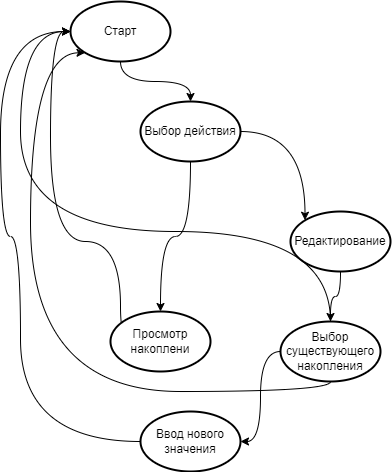
Earlier version of the draw.io export schem/state.png (mockingbird12/money_accumulate_bot). Source tidied: cells renumbered, new cells last; positions are measured from the earlier drawing's top-left corner, leaving out a move shared by most shapes.
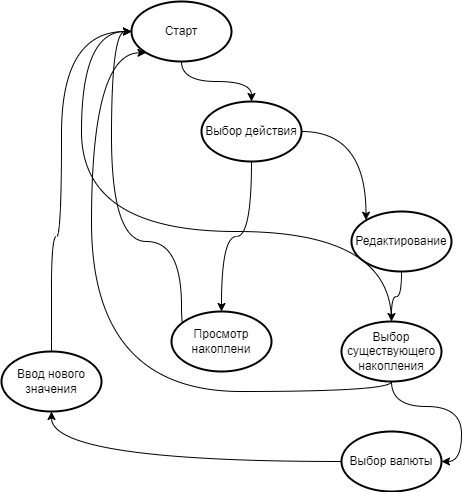
Above is the later version.

Commit message:
Добавил поля дата изменений в таблицу учета активов. Изменил отношения между currency и assert Изменил схему состояний.

The edit, as a diff of the source:
```diff
@@ -47,7 +47,7 @@
         </Array>
       </mxGeometry>
     </mxCell>
-    <mxCell id="11" style="edgeStyle=orthogonalEdgeStyle;rounded=0;jettySize=auto;html=1;entryX=1;entryY=0.5;entryDx=0;entryDy=0;entryPerimeter=0;curved=1;" parent="1" edge="1" source="12" target="16">
+    <mxCell id="11" style="edgeStyle=orthogonalEdgeStyle;rounded=0;jettySize=auto;html=1;entryX=1;entryY=0.5;entryDx=0;entryDy=0;entryPerimeter=0;curved=1;" parent="1" edge="1" source="12" target="18">
       <mxGeometry relative="1" as="geometry" />
     </mxCell>
     <mxCell id="12" value="Выбор существующего накопления" style="strokeWidth=2;html=1;shape=mxgraph.flowchart.start_1;whiteSpace=wrap;" parent="1" vertex="1">
@@ -59,18 +59,24 @@
     <mxCell id="14" value="Выбор действия" style="strokeWidth=2;html=1;shape=mxgraph.flowchart.start_1;whiteSpace=wrap;" parent="1" vertex="1">
       <mxGeometry x="140" y="100" width="100" height="60" as="geometry" />
     </mxCell>
-    <mxCell id="15" style="edgeStyle=orthogonalEdgeStyle;rounded=0;jettySize=auto;html=1;curved=1;" parent="1" edge="1" source="16" target="4">
+    <mxCell id="15" style="edgeStyle=orthogonalEdgeStyle;rounded=0;jettySize=auto;html=1;curved=1;exitX=0.5;exitY=0;exitDx=0;exitDy=0;exitPerimeter=0;" parent="1" edge="1" source="16" target="4">
       <mxGeometry relative="1" as="geometry">
         <Array as="points">
-          <mxPoint x="20" y="440" />
-          <mxPoint x="20" y="235" />
+          <mxPoint x="-10" y="340" />
+          <mxPoint x="-10" y="235" />
           <mxPoint y="235" />
           <mxPoint y="30" />
         </Array>
       </mxGeometry>
     </mxCell>
     <mxCell id="16" value="Ввод нового значения" style="strokeWidth=2;html=1;shape=mxgraph.flowchart.start_1;whiteSpace=wrap;" parent="1" vertex="1">
-      <mxGeometry x="140" y="410" width="100" height="60" as="geometry" />
+      <mxGeometry x="-60" y="350" width="100" height="60" as="geometry" />
     </mxCell>
+    <mxCell id="17" style="edgeStyle=orthogonalEdgeStyle;rounded=0;jettySize=auto;html=1;curved=1;" parent="1" edge="1" source="18" target="16">
+      <mxGeometry relative="1" as="geometry" />
+    </mxCell>
+    <mxCell id="18" value="Выбор валюты" style="strokeWidth=2;html=1;shape=mxgraph.flowchart.start_1;whiteSpace=wrap;" parent="1" vertex="1">
+      <mxGeometry x="280" y="430" width="100" height="60" as="geometry" />
+    </mxCell>
   </root>
 </mxGraphModel>
```
